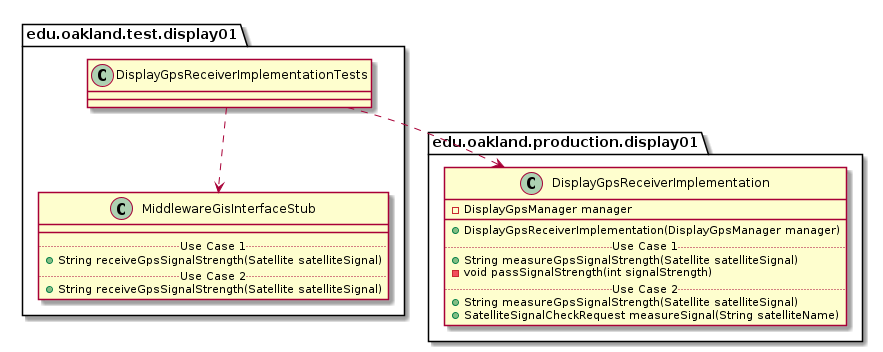
Above: docs/uml-class-diagrams/display01/test/DisplayGpsReceiverImplementationTests/DisplayGpsReceiverImplementationTests_DirectDependencies.png in andrewdimmer/csi-3370-software-project (PlantUML), before the change.
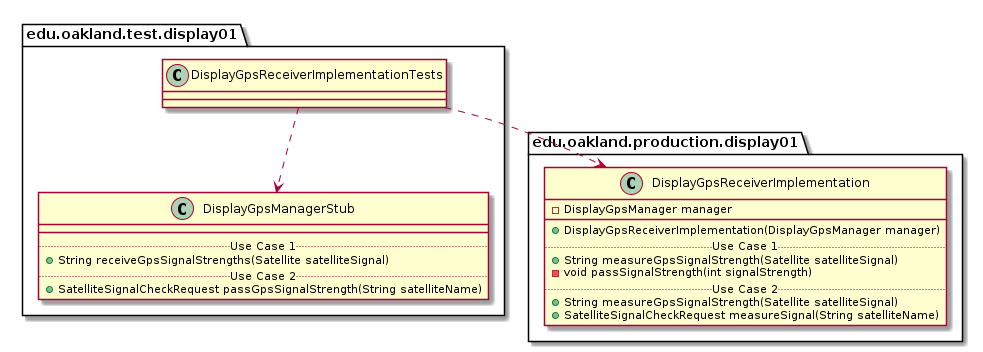
Later version of the same file.

Change to the diagram source:
```diff
@@ -10,16 +10,16 @@
 
 
 package edu.oakland.test.display01 {
-    class MiddlewareGisInterfaceStub {
+    class DisplayGpsManagerStub {
         __
         .. Use Case 1 ..
-        + String receiveGpsSignalStrength(Satellite satelliteSignal)
+        + String receiveGpsSignalStrengths(Satellite satelliteSignal)
         .. Use Case 2 ..
-        + String receiveGpsSignalStrength(Satellite satelliteSignal)
+        + SatelliteSignalCheckRequest passGpsSignalStrength(String satelliteName)
     }
 }
 
-DisplayGpsReceiverImplementationTests ..> MiddlewareGisInterfaceStub
+DisplayGpsReceiverImplementationTests ..> DisplayGpsManagerStub
 
 
 package edu.oakland.production.display01 {
```
